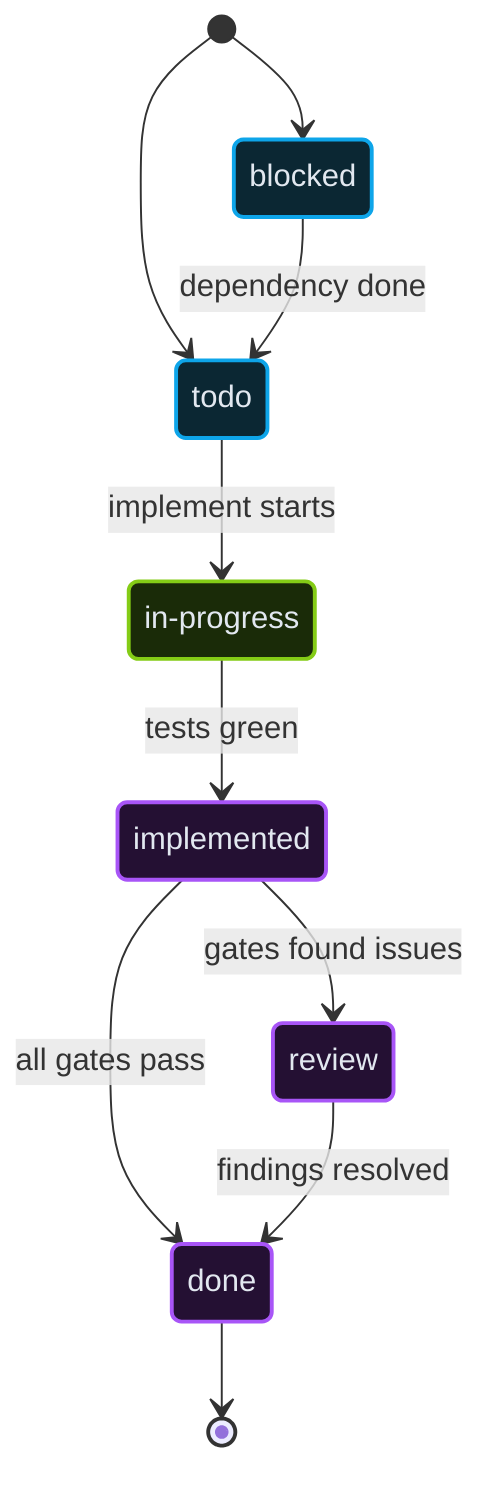
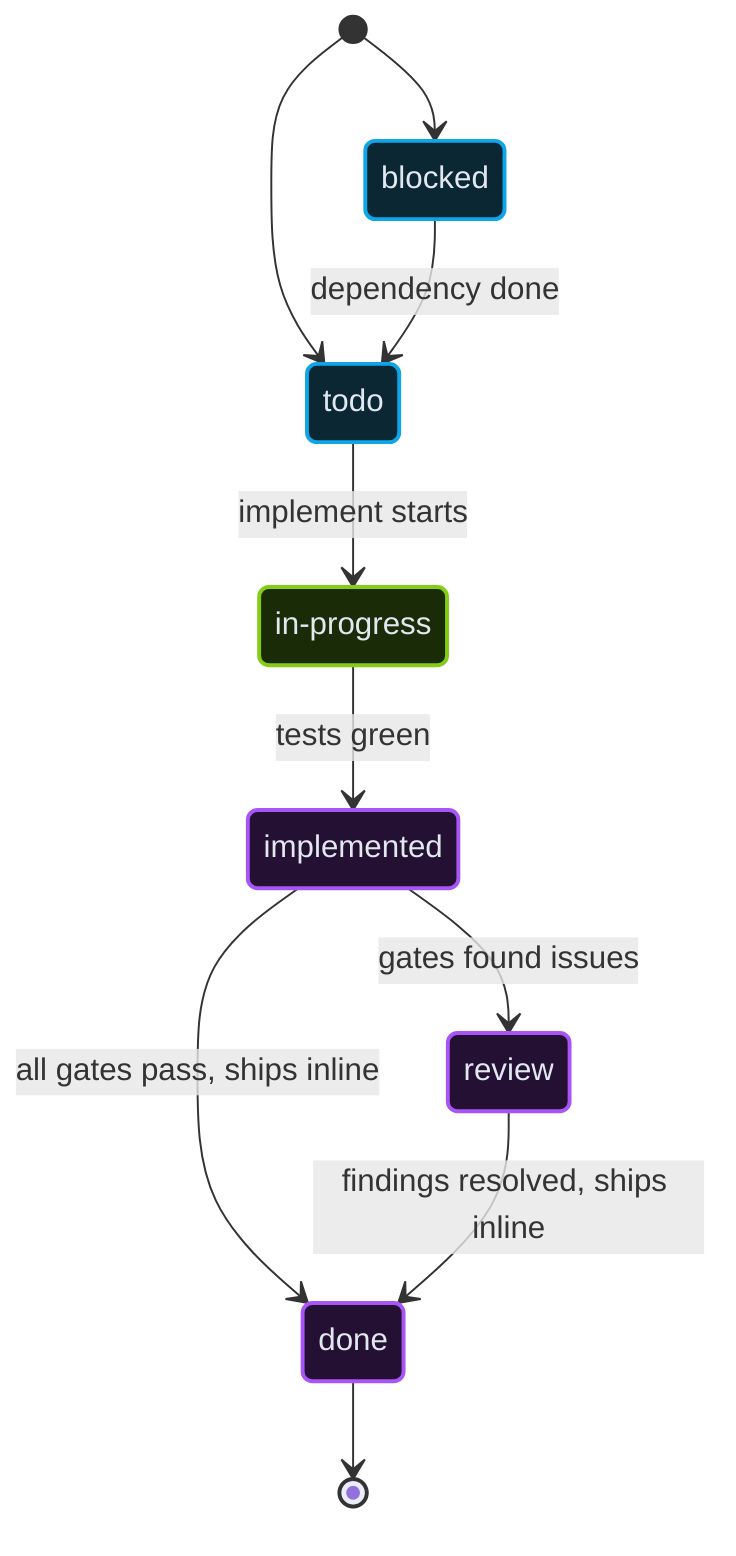
stateDiagram-v2
  direction TB
  state "in-progress" as in_progress
  [*] --> todo
  [*] --> blocked
  blocked --> todo: dependency done
  todo --> in_progress: implement starts
  in_progress --> implemented: tests green
  implemented --> review: gates found issues
-   implemented --> done: all gates pass
-   review --> done: findings resolved
+   implemented --> done: all gates pass, ships inline
+   review --> done: findings resolved, ships inline
  done --> [*]

  classDef plan   fill:#0b2733,stroke:#0ea5e9,stroke-width:2px,color:#e2e8f0;
  classDef build  fill:#1a2b08,stroke:#84cc16,stroke-width:2px,color:#e2e8f0;
  classDef verify fill:#241033,stroke:#a855f7,stroke-width:2px,color:#e2e8f0;
  class todo,blocked plan
  class in_progress build
  class implemented,review,done verify
